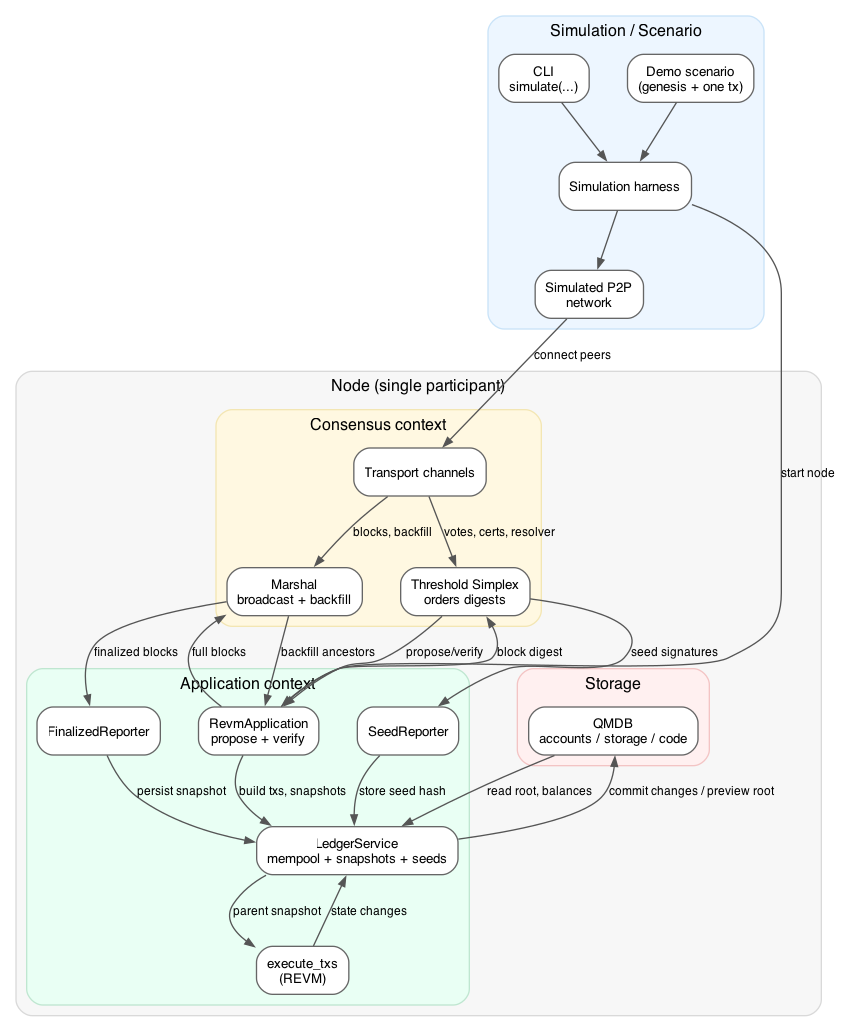
Earlier version of the Graphviz export examples/revm/docs/revm_architecture.png (commonwarexyz/monorepo). Its source is kept beside it as examples/revm/docs/revm_architecture.dot. Source of this version:
```dot
digraph revm_architecture {
  rankdir=TB;
  splines=true;
  nodesep=0.4;
  ranksep=0.6;
  fontname="Helvetica";
  fontsize=12;

  node [
    shape=box,
    style="rounded,filled",
    fillcolor="white",
    color="#666666",
    fontname="Helvetica",
    fontsize=10
  ];
  edge [
    color="#555555",
    fontname="Helvetica",
    fontsize=9,
    arrowsize=0.7
  ];

  subgraph cluster_sim {
    label="Simulation / Scenario";
    style="rounded,filled";
    color="#C9E3F8";
    fillcolor="#EDF6FF";

    CLI[label="CLI\nsimulate(...)"];
    Demo[label="Demo scenario\n(genesis + one tx)"];
    SimHarness[label="Simulation harness"];
    SimNet[label="Simulated P2P\nnetwork"];

    CLI -> SimHarness;
    Demo -> SimHarness;
    SimHarness -> SimNet;
  }

  subgraph cluster_node {
    label="Node (single participant)";
    style="rounded,filled";
    color="#D9D9D9";
    fillcolor="#F7F7F7";

    subgraph cluster_consensus {
      label="Consensus context";
      style="rounded,filled";
      color="#F3E6B3";
      fillcolor="#FFF8E1";

      Simplex[label="Threshold Simplex\norders digests"];
      Marshal[label="Marshal\nbroadcast + backfill"];
      P2P[label="Transport channels"];

      P2P -> Simplex [label="votes, certs, resolver"];
      P2P -> Marshal [label="blocks, backfill"];
    }

    subgraph cluster_app {
      label="Application context";
      style="rounded,filled";
      color="#BFE6D0";
      fillcolor="#E9FFF4";

      App[label="RevmApplication\npropose + verify"];
      Ledger[label="LedgerService\nmempool + snapshots + seeds"];
      Exec[label="execute_txs\n(REVM)"];
      SeedRep[label="SeedReporter"];
      FinalRep[label="FinalizedReporter"];
    }

    subgraph cluster_storage {
      label="Storage";
      style="rounded,filled";
      color="#F3C4C4";
      fillcolor="#FFF0F0";

      QMDB[label="QMDB\naccounts / storage / code"];
    }
  }

  SimNet -> P2P [label="connect peers"];
  SimHarness -> App [label="start node"];

  Simplex -> App [label="propose/verify"];
  App -> Simplex [label="block digest"];
  App -> Marshal [label="full blocks"];
  Marshal -> App [label="backfill ancestors"];

  Simplex -> SeedRep [label="seed signatures"];
  Marshal -> FinalRep [label="finalized blocks"];
  SeedRep -> Ledger [label="store seed hash"];
  FinalRep -> Ledger [label="persist snapshot"];

  App -> Ledger [label="build txs, snapshots"];
  Ledger -> Exec [label="parent snapshot"];
  Exec -> Ledger [label="state changes"];
  Ledger -> QMDB [label="commit changes / preview root"];
  QMDB -> Ledger [label="read root, balances"];
}
```
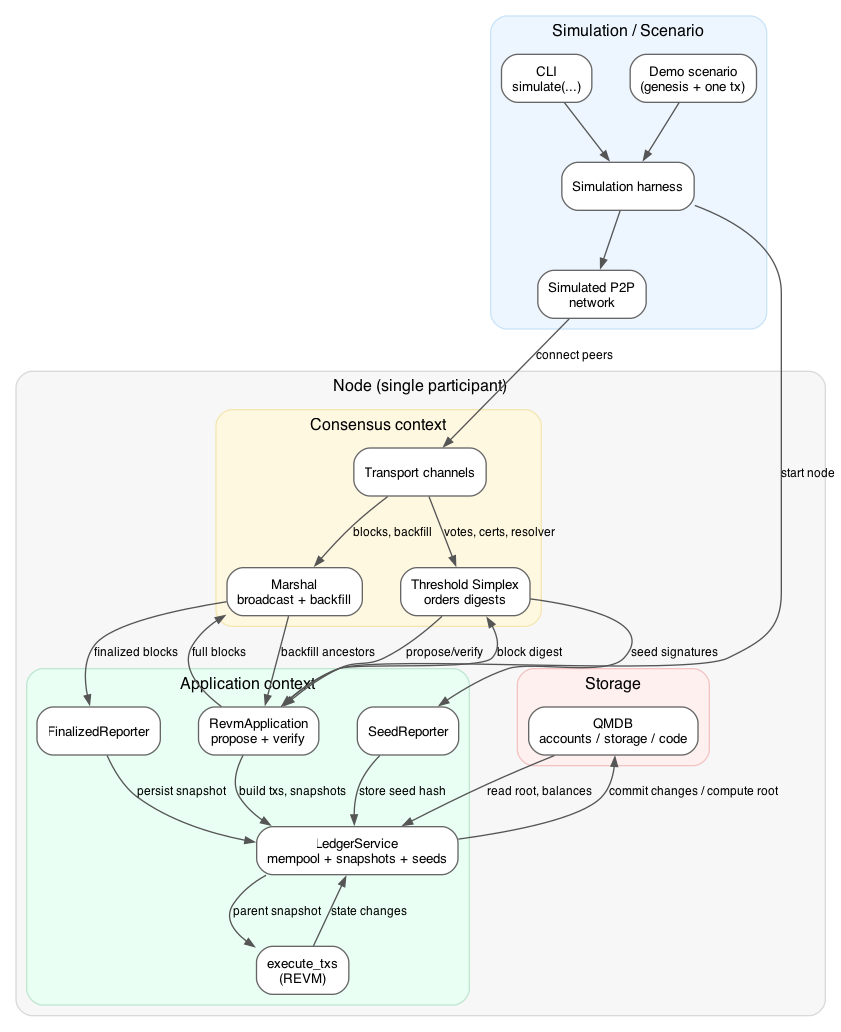
After the commit.

Diff of the diagram source:
```diff
@@ -96,6 +96,6 @@
   App -> Ledger [label="build txs, snapshots"];
   Ledger -> Exec [label="parent snapshot"];
   Exec -> Ledger [label="state changes"];
-  Ledger -> QMDB [label="commit changes / preview root"];
+  Ledger -> QMDB [label="commit changes / compute root"];
   QMDB -> Ledger [label="read root, balances"];
 }
```
